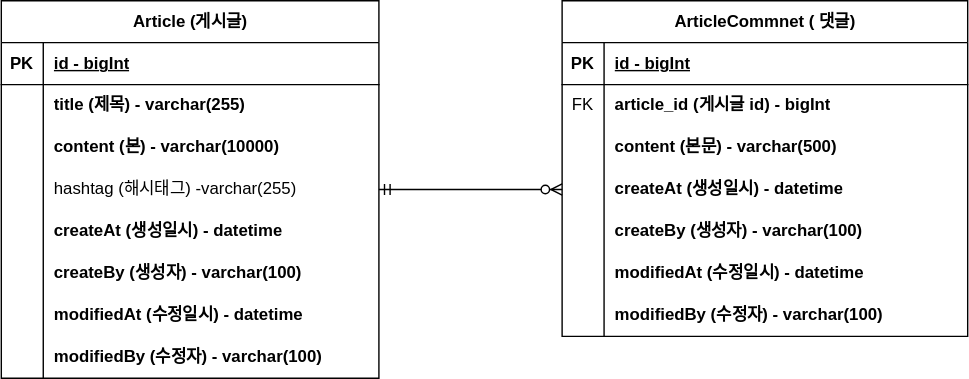
Earlier version of the draw.io export document/project-board-erd.drawio.svg (IronKim/fs-project-board). Source tidied: cells renumbered, new cells last; positions are measured from the earlier drawing's top-left corner, leaving out a move shared by most shapes.
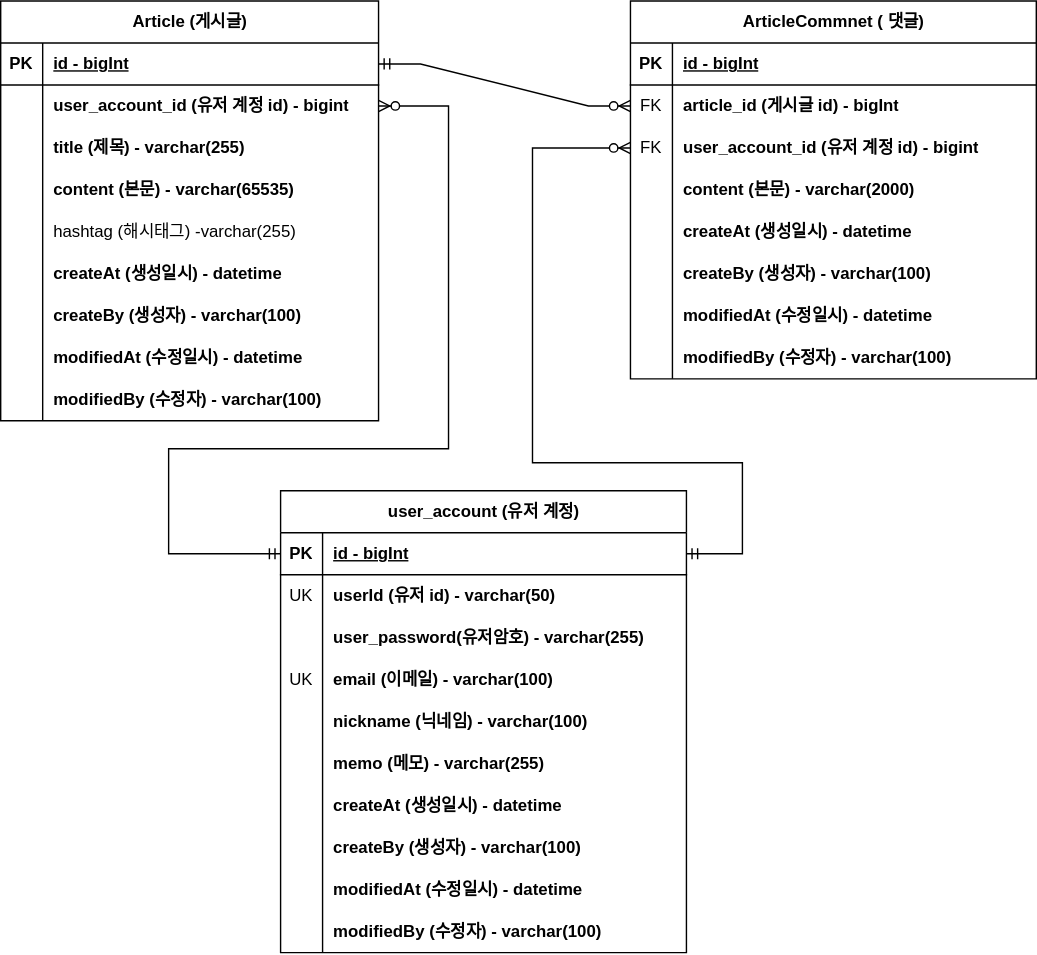
After the change.

Commit message:
#28 - erd 업데이트: 회원 계정 도메인의 이메일에 유니크 키 추가

The edit, as a diff of the source:
```diff
@@ -3,7 +3,7 @@
     <mxCell id="0" />
     <mxCell id="1" parent="0" />
     <mxCell id="2" value="Article (게시글)" style="shape=table;startSize=30;rowLines=0;fontStyle=1;align=center;html=1;" parent="1" vertex="1">
-      <mxGeometry width="270" height="270" as="geometry" />
+      <mxGeometry width="270" height="300" as="geometry" />
     </mxCell>
     <mxCell id="3" style="shape=tableRow;horizontal=0;startSize=0;swimlaneHead=0;swimlaneBody=0;fillColor=none;points=[[0,0.5],[1,0.5]];portConstraint=eastwest;top=0;left=0;right=0;bottom=1;" parent="2" vertex="1">
       <mxGeometry y="30" width="270" height="30" as="geometry" />
@@ -20,20 +20,29 @@
     <mxCell id="7" style="shape=partialRectangle;fillColor=none;top=0;left=0;bottom=0;right=0;overflow=hidden;whiteSpace=wrap;html=1;" parent="6" vertex="1">
       <mxGeometry width="30" height="30" as="geometry" />
     </mxCell>
-    <mxCell id="8" value="title (제목) - varchar(255)&lt;span style=&quot;white-space: pre;&quot;&gt;&#9;&lt;/span&gt;" style="shape=partialRectangle;fillColor=none;top=0;left=0;bottom=0;right=0;align=left;spacingLeft=6;overflow=hidden;whiteSpace=wrap;html=1;fontStyle=1;" parent="6" vertex="1">
+    <mxCell id="8" value="user_account_id (유저 계정 id) - bigint" style="shape=partialRectangle;fillColor=none;top=0;left=0;bottom=0;right=0;align=left;spacingLeft=6;overflow=hidden;whiteSpace=wrap;html=1;fontStyle=1;" parent="6" vertex="1">
       <mxGeometry x="30" width="240" height="30" as="geometry" />
     </mxCell>
+    <mxCell id="50" style="shape=tableRow;horizontal=0;startSize=0;swimlaneHead=0;swimlaneBody=0;fillColor=none;top=0;left=0;right=0;bottom=0;" parent="2" vertex="1">
+      <mxGeometry y="90" width="270" height="30" as="geometry" />
+    </mxCell>
+    <mxCell id="51" style="shape=partialRectangle;fillColor=none;top=0;left=0;bottom=0;right=0;overflow=hidden;whiteSpace=wrap;html=1;" parent="50" vertex="1">
+      <mxGeometry width="30" height="30" as="geometry" />
+    </mxCell>
+    <mxCell id="52" value="title (제목) - varchar(255)&lt;span style=&quot;white-space: pre;&quot;&gt;&#9;&lt;/span&gt;" style="shape=partialRectangle;fillColor=none;top=0;left=0;bottom=0;right=0;align=left;spacingLeft=6;overflow=hidden;whiteSpace=wrap;html=1;fontStyle=1;" parent="50" vertex="1">
+      <mxGeometry x="30" width="240" height="30" as="geometry" />
+    </mxCell>
     <mxCell id="9" style="shape=tableRow;horizontal=0;startSize=0;swimlaneHead=0;swimlaneBody=0;fillColor=none;top=0;left=0;right=0;bottom=0;" parent="2" vertex="1">
-      <mxGeometry y="90" width="270" height="30" as="geometry" />
+      <mxGeometry y="120" width="270" height="30" as="geometry" />
     </mxCell>
     <mxCell id="10" style="shape=partialRectangle;fillColor=none;top=0;left=0;bottom=0;right=0;overflow=hidden;whiteSpace=wrap;html=1;" parent="9" vertex="1">
       <mxGeometry width="30" height="30" as="geometry" />
     </mxCell>
-    <mxCell id="11" value="content (본) - varchar(10000)" style="shape=partialRectangle;fillColor=none;top=0;left=0;bottom=0;right=0;align=left;spacingLeft=6;overflow=hidden;whiteSpace=wrap;html=1;fontStyle=1;" parent="9" vertex="1">
+    <mxCell id="11" value="content (본문) - varchar(65535)" style="shape=partialRectangle;fillColor=none;top=0;left=0;bottom=0;right=0;align=left;spacingLeft=6;overflow=hidden;whiteSpace=wrap;html=1;fontStyle=1;" parent="9" vertex="1">
       <mxGeometry x="30" width="240" height="30" as="geometry" />
     </mxCell>
     <mxCell id="12" style="shape=tableRow;horizontal=0;startSize=0;swimlaneHead=0;swimlaneBody=0;fillColor=none;points=[[0,0.5],[1,0.5]];portConstraint=eastwest;top=0;left=0;right=0;bottom=0;" parent="2" vertex="1">
-      <mxGeometry y="120" width="270" height="30" as="geometry" />
+      <mxGeometry y="150" width="270" height="30" as="geometry" />
     </mxCell>
     <mxCell id="13" style="shape=partialRectangle;fillColor=none;top=0;left=0;bottom=0;right=0;overflow=hidden;whiteSpace=wrap;html=1;" parent="12" vertex="1">
       <mxGeometry width="30" height="30" as="geometry" />
@@ -42,7 +51,7 @@
       <mxGeometry x="30" width="240" height="30" as="geometry" />
     </mxCell>
     <mxCell id="15" style="shape=tableRow;horizontal=0;startSize=0;swimlaneHead=0;swimlaneBody=0;fillColor=none;top=0;left=0;right=0;bottom=0;" parent="2" vertex="1">
-      <mxGeometry y="150" width="270" height="30" as="geometry" />
+      <mxGeometry y="180" width="270" height="30" as="geometry" />
     </mxCell>
     <mxCell id="16" style="shape=partialRectangle;fillColor=none;top=0;left=0;bottom=0;right=0;overflow=hidden;whiteSpace=wrap;html=1;" parent="15" vertex="1">
       <mxGeometry width="30" height="30" as="geometry" />
@@ -51,7 +60,7 @@
       <mxGeometry x="30" width="240" height="30" as="geometry" />
     </mxCell>
     <mxCell id="18" style="shape=tableRow;horizontal=0;startSize=0;swimlaneHead=0;swimlaneBody=0;fillColor=none;top=0;left=0;right=0;bottom=0;" parent="2" vertex="1">
-      <mxGeometry y="180" width="270" height="30" as="geometry" />
+      <mxGeometry y="210" width="270" height="30" as="geometry" />
     </mxCell>
     <mxCell id="19" style="shape=partialRectangle;fillColor=none;top=0;left=0;bottom=0;right=0;overflow=hidden;whiteSpace=wrap;html=1;" parent="18" vertex="1">
       <mxGeometry width="30" height="30" as="geometry" />
@@ -60,7 +69,7 @@
       <mxGeometry x="30" width="240" height="30" as="geometry" />
     </mxCell>
     <mxCell id="21" style="shape=tableRow;horizontal=0;startSize=0;swimlaneHead=0;swimlaneBody=0;fillColor=none;top=0;left=0;right=0;bottom=0;" parent="2" vertex="1">
-      <mxGeometry y="210" width="270" height="30" as="geometry" />
+      <mxGeometry y="240" width="270" height="30" as="geometry" />
     </mxCell>
     <mxCell id="22" style="shape=partialRectangle;fillColor=none;top=0;left=0;bottom=0;right=0;overflow=hidden;whiteSpace=wrap;html=1;" parent="21" vertex="1">
       <mxGeometry width="30" height="30" as="geometry" />
@@ -69,7 +78,7 @@
       <mxGeometry x="30" width="240" height="30" as="geometry" />
     </mxCell>
     <mxCell id="24" style="shape=tableRow;horizontal=0;startSize=0;swimlaneHead=0;swimlaneBody=0;fillColor=none;top=0;left=0;right=0;bottom=0;" parent="2" vertex="1">
-      <mxGeometry y="240" width="270" height="30" as="geometry" />
+      <mxGeometry y="270" width="270" height="30" as="geometry" />
     </mxCell>
     <mxCell id="25" style="shape=partialRectangle;fillColor=none;top=0;left=0;bottom=0;right=0;overflow=hidden;whiteSpace=wrap;html=1;" parent="24" vertex="1">
       <mxGeometry width="30" height="30" as="geometry" />
@@ -78,7 +87,7 @@
       <mxGeometry x="30" width="240" height="30" as="geometry" />
     </mxCell>
     <mxCell id="27" value="ArticleCommnet ( 댓글)" style="shape=table;startSize=30;rowLines=0;fontStyle=1;align=center;html=1;" parent="1" vertex="1">
-      <mxGeometry x="401" width="290" height="240" as="geometry" />
+      <mxGeometry x="450" width="290" height="270" as="geometry" />
     </mxCell>
     <mxCell id="28" style="shape=tableRow;horizontal=0;startSize=0;swimlaneHead=0;swimlaneBody=0;fillColor=none;top=0;left=0;right=0;bottom=1;" parent="27" vertex="1">
       <mxGeometry y="30" width="290" height="30" as="geometry" />
@@ -98,17 +107,26 @@
     <mxCell id="33" value="article_id (게시글 id) - bigInt" style="shape=partialRectangle;fillColor=none;top=0;left=0;bottom=0;right=0;align=left;spacingLeft=6;overflow=hidden;whiteSpace=wrap;html=1;fontStyle=1;" parent="31" vertex="1">
       <mxGeometry x="30" width="260" height="30" as="geometry" />
     </mxCell>
+    <mxCell id="53" style="shape=tableRow;horizontal=0;startSize=0;swimlaneHead=0;swimlaneBody=0;fillColor=none;points=[[0,0.5],[1,0.5]];portConstraint=eastwest;top=0;left=0;right=0;bottom=0;" parent="27" vertex="1">
+      <mxGeometry y="90" width="290" height="30" as="geometry" />
+    </mxCell>
+    <mxCell id="54" value="FK" style="shape=partialRectangle;fillColor=none;top=0;left=0;bottom=0;right=0;overflow=hidden;whiteSpace=wrap;html=1;" parent="53" vertex="1">
+      <mxGeometry width="30" height="30" as="geometry" />
+    </mxCell>
+    <mxCell id="55" value="user_account_id (유저 계정 id) - bigint" style="shape=partialRectangle;fillColor=none;top=0;left=0;bottom=0;right=0;align=left;spacingLeft=6;overflow=hidden;whiteSpace=wrap;html=1;fontStyle=1;" parent="53" vertex="1">
+      <mxGeometry x="30" width="260" height="30" as="geometry" />
+    </mxCell>
     <mxCell id="34" style="shape=tableRow;horizontal=0;startSize=0;swimlaneHead=0;swimlaneBody=0;fillColor=none;top=0;left=0;right=0;bottom=0;" parent="27" vertex="1">
-      <mxGeometry y="90" width="290" height="30" as="geometry" />
+      <mxGeometry y="120" width="290" height="30" as="geometry" />
     </mxCell>
     <mxCell id="35" style="shape=partialRectangle;fillColor=none;top=0;left=0;bottom=0;right=0;overflow=hidden;whiteSpace=wrap;html=1;" parent="34" vertex="1">
       <mxGeometry width="30" height="30" as="geometry" />
     </mxCell>
-    <mxCell id="36" value="content (본문) - varchar(500)" style="shape=partialRectangle;fillColor=none;top=0;left=0;bottom=0;right=0;align=left;spacingLeft=6;overflow=hidden;whiteSpace=wrap;html=1;fontStyle=1;" parent="34" vertex="1">
+    <mxCell id="36" value="content (본문) - varchar(2000)" style="shape=partialRectangle;fillColor=none;top=0;left=0;bottom=0;right=0;align=left;spacingLeft=6;overflow=hidden;whiteSpace=wrap;html=1;fontStyle=1;" parent="34" vertex="1">
       <mxGeometry x="30" width="260" height="30" as="geometry" />
     </mxCell>
     <mxCell id="37" style="shape=tableRow;horizontal=0;startSize=0;swimlaneHead=0;swimlaneBody=0;fillColor=none;points=[[0,0.5],[1,0.5]];portConstraint=eastwest;top=0;left=0;right=0;bottom=0;" parent="27" vertex="1">
-      <mxGeometry y="120" width="290" height="30" as="geometry" />
+      <mxGeometry y="150" width="290" height="30" as="geometry" />
     </mxCell>
     <mxCell id="38" style="shape=partialRectangle;fillColor=none;top=0;left=0;bottom=0;right=0;overflow=hidden;whiteSpace=wrap;html=1;" parent="37" vertex="1">
       <mxGeometry width="30" height="30" as="geometry" />
@@ -117,7 +135,7 @@
       <mxGeometry x="30" width="260" height="30" as="geometry" />
     </mxCell>
     <mxCell id="40" style="shape=tableRow;horizontal=0;startSize=0;swimlaneHead=0;swimlaneBody=0;fillColor=none;top=0;left=0;right=0;bottom=0;" parent="27" vertex="1">
-      <mxGeometry y="150" width="290" height="30" as="geometry" />
+      <mxGeometry y="180" width="290" height="30" as="geometry" />
     </mxCell>
     <mxCell id="41" style="shape=partialRectangle;fillColor=none;top=0;left=0;bottom=0;right=0;overflow=hidden;whiteSpace=wrap;html=1;" parent="40" vertex="1">
       <mxGeometry width="30" height="30" as="geometry" />
@@ -126,7 +144,7 @@
       <mxGeometry x="30" width="260" height="30" as="geometry" />
     </mxCell>
     <mxCell id="43" style="shape=tableRow;horizontal=0;startSize=0;swimlaneHead=0;swimlaneBody=0;fillColor=none;top=0;left=0;right=0;bottom=0;" parent="27" vertex="1">
-      <mxGeometry y="180" width="290" height="30" as="geometry" />
+      <mxGeometry y="210" width="290" height="30" as="geometry" />
     </mxCell>
     <mxCell id="44" style="shape=partialRectangle;fillColor=none;top=0;left=0;bottom=0;right=0;overflow=hidden;whiteSpace=wrap;html=1;" parent="43" vertex="1">
       <mxGeometry width="30" height="30" as="geometry" />
@@ -135,7 +153,7 @@
       <mxGeometry x="30" width="260" height="30" as="geometry" />
     </mxCell>
     <mxCell id="46" style="shape=tableRow;horizontal=0;startSize=0;swimlaneHead=0;swimlaneBody=0;fillColor=none;top=0;left=0;right=0;bottom=0;" parent="27" vertex="1">
-      <mxGeometry y="210" width="290" height="30" as="geometry" />
+      <mxGeometry y="240" width="290" height="30" as="geometry" />
     </mxCell>
     <mxCell id="47" style="shape=partialRectangle;fillColor=none;top=0;left=0;bottom=0;right=0;overflow=hidden;whiteSpace=wrap;html=1;" parent="46" vertex="1">
       <mxGeometry width="30" height="30" as="geometry" />
@@ -143,12 +161,126 @@
     <mxCell id="48" value="modifiedBy (수정자) - varchar(100)" style="shape=partialRectangle;fillColor=none;top=0;left=0;bottom=0;right=0;align=left;spacingLeft=6;overflow=hidden;whiteSpace=wrap;html=1;fontStyle=1;" parent="46" vertex="1">
       <mxGeometry x="30" width="260" height="30" as="geometry" />
     </mxCell>
-    <mxCell id="49" style="edgeStyle=entityRelationEdgeStyle;fontSize=12;html=1;endArrow=ERzeroToMany;startArrow=ERmandOne;rounded=0;exitX=1;exitY=0.5;exitDx=0;exitDy=0;entryX=0;entryY=0.5;entryDx=0;entryDy=0;" parent="1" edge="1" source="12" target="37">
+    <mxCell id="49" style="edgeStyle=entityRelationEdgeStyle;fontSize=12;html=1;endArrow=ERzeroToMany;startArrow=ERmandOne;rounded=0;exitX=1;exitY=0.5;exitDx=0;exitDy=0;entryX=0;entryY=0.5;entryDx=0;entryDy=0;" parent="1" edge="1" source="3" target="31">
       <mxGeometry relative="1" as="geometry">
         <Array as="points">
           <mxPoint x="280" y="50" />
         </Array>
       </mxGeometry>
     </mxCell>
+    <mxCell id="56" value="user_account (유저 계정)" style="shape=table;startSize=30;rowLines=0;fontStyle=1;align=center;html=1;" parent="1" vertex="1">
+      <mxGeometry x="200" y="350" width="290" height="330" as="geometry" />
+    </mxCell>
+    <mxCell id="57" style="shape=tableRow;horizontal=0;startSize=0;swimlaneHead=0;swimlaneBody=0;fillColor=none;points=[[0,0.5],[1,0.5]];portConstraint=eastwest;top=0;left=0;right=0;bottom=1;" parent="56" vertex="1">
+      <mxGeometry y="30" width="290" height="30" as="geometry" />
+    </mxCell>
+    <mxCell id="58" value="PK" style="shape=partialRectangle;fillColor=none;top=0;left=0;bottom=0;right=0;fontStyle=1;overflow=hidden;whiteSpace=wrap;html=1;" parent="57" vertex="1">
+      <mxGeometry width="30" height="30" as="geometry" />
+    </mxCell>
+    <mxCell id="59" value="id - bigInt" style="shape=partialRectangle;fillColor=none;top=0;left=0;bottom=0;right=0;align=left;spacingLeft=6;fontStyle=5;overflow=hidden;whiteSpace=wrap;html=1;" parent="57" vertex="1">
+      <mxGeometry x="30" width="260" height="30" as="geometry" />
+    </mxCell>
+    <mxCell id="60" style="shape=tableRow;horizontal=0;startSize=0;swimlaneHead=0;swimlaneBody=0;fillColor=none;top=0;left=0;right=0;bottom=0;" parent="56" vertex="1">
+      <mxGeometry y="60" width="290" height="30" as="geometry" />
+    </mxCell>
+    <mxCell id="61" value="UK" style="shape=partialRectangle;fillColor=none;top=0;left=0;bottom=0;right=0;overflow=hidden;whiteSpace=wrap;html=1;" parent="60" vertex="1">
+      <mxGeometry width="30" height="30" as="geometry" />
+    </mxCell>
+    <mxCell id="62" value="userId (유저 id) - varchar(50)" style="shape=partialRectangle;fillColor=none;top=0;left=0;bottom=0;right=0;align=left;spacingLeft=6;overflow=hidden;whiteSpace=wrap;html=1;fontStyle=1;" parent="60" vertex="1">
+      <mxGeometry x="30" width="260" height="30" as="geometry" />
+    </mxCell>
+    <mxCell id="63" style="shape=tableRow;horizontal=0;startSize=0;swimlaneHead=0;swimlaneBody=0;fillColor=none;top=0;left=0;right=0;bottom=0;" parent="56" vertex="1">
+      <mxGeometry y="90" width="290" height="30" as="geometry" />
+    </mxCell>
+    <mxCell id="64" style="shape=partialRectangle;fillColor=none;top=0;left=0;bottom=0;right=0;overflow=hidden;whiteSpace=wrap;html=1;" parent="63" vertex="1">
+      <mxGeometry width="30" height="30" as="geometry" />
+    </mxCell>
+    <mxCell id="65" value="user_password(유저암호) - varchar(255)" style="shape=partialRectangle;fillColor=none;top=0;left=0;bottom=0;right=0;align=left;spacingLeft=6;overflow=hidden;whiteSpace=wrap;html=1;fontStyle=1;" parent="63" vertex="1">
+      <mxGeometry x="30" width="260" height="30" as="geometry" />
+    </mxCell>
+    <mxCell id="66" style="shape=tableRow;horizontal=0;startSize=0;swimlaneHead=0;swimlaneBody=0;fillColor=none;top=0;left=0;right=0;bottom=0;" parent="56" vertex="1">
+      <mxGeometry y="120" width="290" height="30" as="geometry" />
+    </mxCell>
+    <mxCell id="67" value="UK" style="shape=partialRectangle;fillColor=none;top=0;left=0;bottom=0;right=0;overflow=hidden;whiteSpace=wrap;html=1;" parent="66" vertex="1">
+      <mxGeometry width="30" height="30" as="geometry" />
+    </mxCell>
+    <mxCell id="68" value="email (이메일) - varchar(100)" style="shape=partialRectangle;fillColor=none;top=0;left=0;bottom=0;right=0;align=left;spacingLeft=6;overflow=hidden;whiteSpace=wrap;html=1;fontStyle=1;" parent="66" vertex="1">
+      <mxGeometry x="30" width="260" height="30" as="geometry" />
+    </mxCell>
+    <mxCell id="69" style="shape=tableRow;horizontal=0;startSize=0;swimlaneHead=0;swimlaneBody=0;fillColor=none;top=0;left=0;right=0;bottom=0;" parent="56" vertex="1">
+      <mxGeometry y="150" width="290" height="30" as="geometry" />
+    </mxCell>
+    <mxCell id="70" style="shape=partialRectangle;fillColor=none;top=0;left=0;bottom=0;right=0;overflow=hidden;whiteSpace=wrap;html=1;" parent="69" vertex="1">
+      <mxGeometry width="30" height="30" as="geometry" />
+    </mxCell>
+    <mxCell id="71" value="nickname (닉네임) - varchar(100)" style="shape=partialRectangle;fillColor=none;top=0;left=0;bottom=0;right=0;align=left;spacingLeft=6;overflow=hidden;whiteSpace=wrap;html=1;fontStyle=1;" parent="69" vertex="1">
+      <mxGeometry x="30" width="260" height="30" as="geometry" />
+    </mxCell>
+    <mxCell id="72" style="shape=tableRow;horizontal=0;startSize=0;swimlaneHead=0;swimlaneBody=0;fillColor=none;top=0;left=0;right=0;bottom=0;" parent="56" vertex="1">
+      <mxGeometry y="180" width="290" height="30" as="geometry" />
+    </mxCell>
+    <mxCell id="73" style="shape=partialRectangle;fillColor=none;top=0;left=0;bottom=0;right=0;overflow=hidden;whiteSpace=wrap;html=1;" parent="72" vertex="1">
+      <mxGeometry width="30" height="30" as="geometry" />
+    </mxCell>
+    <mxCell id="74" value="memo (메모) - varchar(255)" style="shape=partialRectangle;fillColor=none;top=0;left=0;bottom=0;right=0;align=left;spacingLeft=6;overflow=hidden;whiteSpace=wrap;html=1;fontStyle=1;" parent="72" vertex="1">
+      <mxGeometry x="30" width="260" height="30" as="geometry" />
+    </mxCell>
+    <mxCell id="75" style="shape=tableRow;horizontal=0;startSize=0;swimlaneHead=0;swimlaneBody=0;fillColor=none;top=0;left=0;right=0;bottom=0;" parent="56" vertex="1">
+      <mxGeometry y="210" width="290" height="30" as="geometry" />
+    </mxCell>
+    <mxCell id="76" style="shape=partialRectangle;fillColor=none;top=0;left=0;bottom=0;right=0;overflow=hidden;whiteSpace=wrap;html=1;" parent="75" vertex="1">
+      <mxGeometry width="30" height="30" as="geometry" />
+    </mxCell>
+    <mxCell id="77" value="createAt (생성일시) - datetime" style="shape=partialRectangle;fillColor=none;top=0;left=0;bottom=0;right=0;align=left;spacingLeft=6;overflow=hidden;whiteSpace=wrap;html=1;fontStyle=1;" parent="75" vertex="1">
+      <mxGeometry x="30" width="260" height="30" as="geometry" />
+    </mxCell>
+    <mxCell id="78" style="shape=tableRow;horizontal=0;startSize=0;swimlaneHead=0;swimlaneBody=0;fillColor=none;top=0;left=0;right=0;bottom=0;" parent="56" vertex="1">
+      <mxGeometry y="240" width="290" height="30" as="geometry" />
+    </mxCell>
+    <mxCell id="79" style="shape=partialRectangle;fillColor=none;top=0;left=0;bottom=0;right=0;overflow=hidden;whiteSpace=wrap;html=1;" parent="78" vertex="1">
+      <mxGeometry width="30" height="30" as="geometry" />
+    </mxCell>
+    <mxCell id="80" value="createBy (생성자) - varchar(100)" style="shape=partialRectangle;fillColor=none;top=0;left=0;bottom=0;right=0;align=left;spacingLeft=6;overflow=hidden;whiteSpace=wrap;html=1;fontStyle=1;" parent="78" vertex="1">
+      <mxGeometry x="30" width="260" height="30" as="geometry" />
+    </mxCell>
+    <mxCell id="81" style="shape=tableRow;horizontal=0;startSize=0;swimlaneHead=0;swimlaneBody=0;fillColor=none;top=0;left=0;right=0;bottom=0;" parent="56" vertex="1">
+      <mxGeometry y="270" width="290" height="30" as="geometry" />
+    </mxCell>
+    <mxCell id="82" style="shape=partialRectangle;fillColor=none;top=0;left=0;bottom=0;right=0;overflow=hidden;whiteSpace=wrap;html=1;" parent="81" vertex="1">
+      <mxGeometry width="30" height="30" as="geometry" />
+    </mxCell>
+    <mxCell id="83" value="modifiedAt (수정일시) - datetime" style="shape=partialRectangle;fillColor=none;top=0;left=0;bottom=0;right=0;align=left;spacingLeft=6;overflow=hidden;whiteSpace=wrap;html=1;fontStyle=1;" parent="81" vertex="1">
+      <mxGeometry x="30" width="260" height="30" as="geometry" />
+    </mxCell>
+    <mxCell id="84" style="shape=tableRow;horizontal=0;startSize=0;swimlaneHead=0;swimlaneBody=0;fillColor=none;top=0;left=0;right=0;bottom=0;" parent="56" vertex="1">
+      <mxGeometry y="300" width="290" height="30" as="geometry" />
+    </mxCell>
+    <mxCell id="85" style="shape=partialRectangle;fillColor=none;top=0;left=0;bottom=0;right=0;overflow=hidden;whiteSpace=wrap;html=1;" parent="84" vertex="1">
+      <mxGeometry width="30" height="30" as="geometry" />
+    </mxCell>
+    <mxCell id="86" value="modifiedBy (수정자) - varchar(100)" style="shape=partialRectangle;fillColor=none;top=0;left=0;bottom=0;right=0;align=left;spacingLeft=6;overflow=hidden;whiteSpace=wrap;html=1;fontStyle=1;" parent="84" vertex="1">
+      <mxGeometry x="30" width="260" height="30" as="geometry" />
+    </mxCell>
+    <mxCell id="87" style="fontSize=12;html=1;endArrow=ERzeroToMany;startArrow=ERmandOne;rounded=0;entryX=1;entryY=0.5;entryDx=0;entryDy=0;strokeColor=default;exitX=0;exitY=0.5;exitDx=0;exitDy=0;" parent="1" edge="1" source="57" target="6">
+      <mxGeometry relative="1" as="geometry">
+        <Array as="points">
+          <mxPoint x="120" y="395" />
+          <mxPoint x="120" y="320" />
+          <mxPoint x="320" y="320" />
+          <mxPoint x="320" y="75" />
+        </Array>
+      </mxGeometry>
+    </mxCell>
+    <mxCell id="88" style="fontSize=12;html=1;endArrow=ERzeroToMany;startArrow=ERmandOne;rounded=0;entryX=0;entryY=0.5;entryDx=0;entryDy=0;strokeColor=default;exitX=1;exitY=0.5;exitDx=0;exitDy=0;" parent="1" edge="1" source="57" target="53">
+      <mxGeometry relative="1" as="geometry">
+        <Array as="points">
+          <mxPoint x="530" y="395" />
+          <mxPoint x="530" y="330" />
+          <mxPoint x="380" y="330" />
+          <mxPoint x="380" y="220" />
+          <mxPoint x="380" y="105" />
+        </Array>
+      </mxGeometry>
+    </mxCell>
   </root>
 </mxGraphModel>
```
